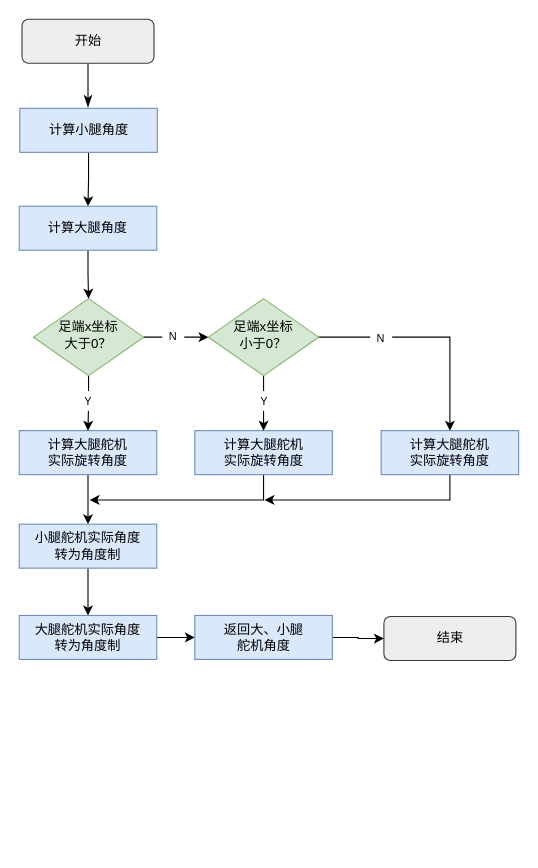
Above: 串联腿逆解器.drawio in KAZAMA-DREAM/picture (draw.io), before the change. Source tidied: cells renumbered, new cells numbered last; positions are measured from the earlier drawing's top-left corner, leaving out a move shared by most shapes. Both pictures are drawn from the tidied source at 110%, with x=0, y=0 at pixel (19, 19).
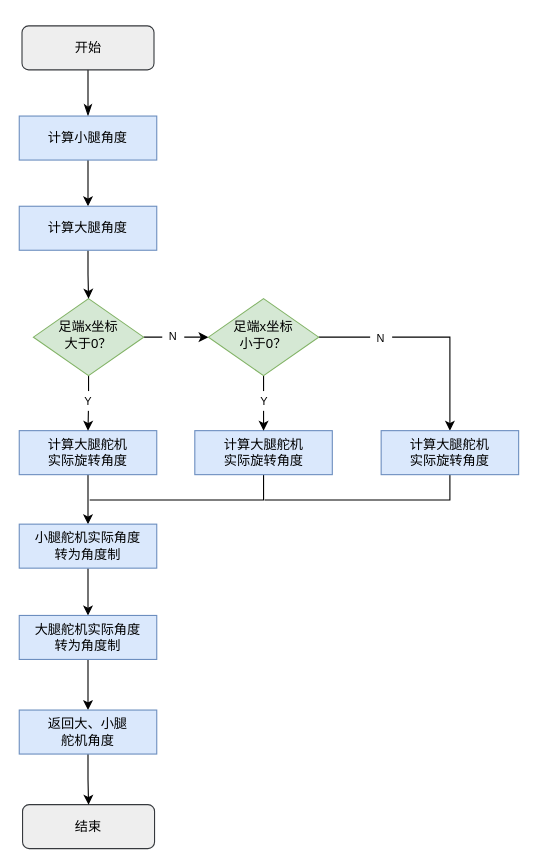
After the change.

Commit message:
更新串联腿逆解器.drawio

Unchanged cells that the change refers to:
```xml
<mxCell id="19" value="计算大腿舵机&lt;br&gt;实际旋转角度" style="rounded=0;whiteSpace=wrap;html=1;fillColor=#dae8fc;strokeColor=#6c8ebf;" parent="1" vertex="1">
  <mxGeometry x="159.6" y="374" width="125" height="40" as="geometry" />
</mxCell>
<mxCell id="25" value="计算大腿舵机&lt;br&gt;实际旋转角度" style="rounded=0;whiteSpace=wrap;html=1;fillColor=#dae8fc;strokeColor=#6c8ebf;" parent="1" vertex="1">
  <mxGeometry x="329" y="374" width="125" height="40" as="geometry" />
</mxCell>
```

Diff of the diagram source:
```diff
@@
-    <mxCell id="2" style="rounded=0;html=1;jettySize=auto;fontSize=11;endArrow=classicThin;endFill=1;endSize=8;strokeWidth=1;shadow=0;labelBackgroundColor=none;edgeStyle=orthogonalEdgeStyle;" parent="1" edge="1" source="3">
-      <mxGeometry relative="1" as="geometry">
-        <mxPoint x="62.5" y="80" as="targetPoint" />
-      </mxGeometry>
+    <mxCell id="2" style="rounded=0;html=1;jettySize=auto;fontSize=11;endArrow=classicThin;endFill=1;endSize=8;strokeWidth=1;shadow=0;labelBackgroundColor=none;edgeStyle=orthogonalEdgeStyle;entryX=0.5;entryY=0;entryDx=0;entryDy=0;" parent="1" edge="1" source="3" target="13">
+      <mxGeometry relative="1" as="geometry" />
     </mxCell>
     <mxCell id="3" value="开始" style="rounded=1;whiteSpace=wrap;html=1;fontSize=12;glass=0;strokeWidth=1;shadow=0;fillColor=#eeeeee;strokeColor=#36393d;" parent="1" vertex="1">
-      <mxGeometry x="2.5" width="120" height="40" as="geometry" />
+      <mxGeometry x="2.5" y="6" width="120" height="40" as="geometry" />
     </mxCell>
@@
     <mxCell id="11" value="结束" style="rounded=1;whiteSpace=wrap;html=1;fontSize=12;glass=0;strokeWidth=1;shadow=0;fillColor=#eeeeee;strokeColor=#36393d;" parent="1" vertex="1">
-      <mxGeometry x="331.5" y="543" width="120" height="40" as="geometry" />
+      <mxGeometry x="3" y="714" width="120" height="40" as="geometry" />
     </mxCell>
@@
     <mxCell id="13" value="计算小腿角度" style="rounded=0;whiteSpace=wrap;html=1;fillColor=#dae8fc;strokeColor=#6c8ebf;" parent="1" vertex="1">
-      <mxGeometry x="0.5" y="81" width="125" height="40" as="geometry" />
+      <mxGeometry y="88" width="125" height="40" as="geometry" />
     </mxCell>
@@
-    <mxCell id="18" style="edgeStyle=orthogonalEdgeStyle;rounded=0;jettySize=auto;html=1;" parent="1" edge="1" source="19">
+    <mxCell id="18" style="edgeStyle=orthogonalEdgeStyle;rounded=0;jettySize=auto;html=1;endArrow=none;endFill=0;" parent="1" edge="1" source="19">
       <mxGeometry relative="1" as="geometry">
         <mxPoint x="64" y="437" as="targetPoint" />
         <Array as="points">
           <mxPoint x="222" y="437" />
           <mxPoint x="102" y="437" />
         </Array>
       </mxGeometry>
     </mxCell>
@@
-    <mxCell id="24" style="edgeStyle=orthogonalEdgeStyle;rounded=0;jettySize=auto;html=1;" parent="1" edge="1" source="25">
+    <mxCell id="24" style="edgeStyle=orthogonalEdgeStyle;rounded=0;jettySize=auto;html=1;endArrow=none;endFill=0;" parent="1" edge="1" source="25">
       <mxGeometry relative="1" as="geometry">
         <mxPoint x="223" y="437" as="targetPoint" />
         <Array as="points">
           <mxPoint x="392" y="437" />
         </Array>
       </mxGeometry>
     </mxCell>
@@
     <mxCell id="30" value="返回大、小腿&lt;br&gt;舵机角度" style="rounded=0;whiteSpace=wrap;html=1;fillColor=#dae8fc;strokeColor=#6c8ebf;" parent="1" vertex="1">
-      <mxGeometry x="159.6" y="542" width="125" height="40" as="geometry" />
+      <mxGeometry y="628" width="125" height="40" as="geometry" />
     </mxCell>
```
